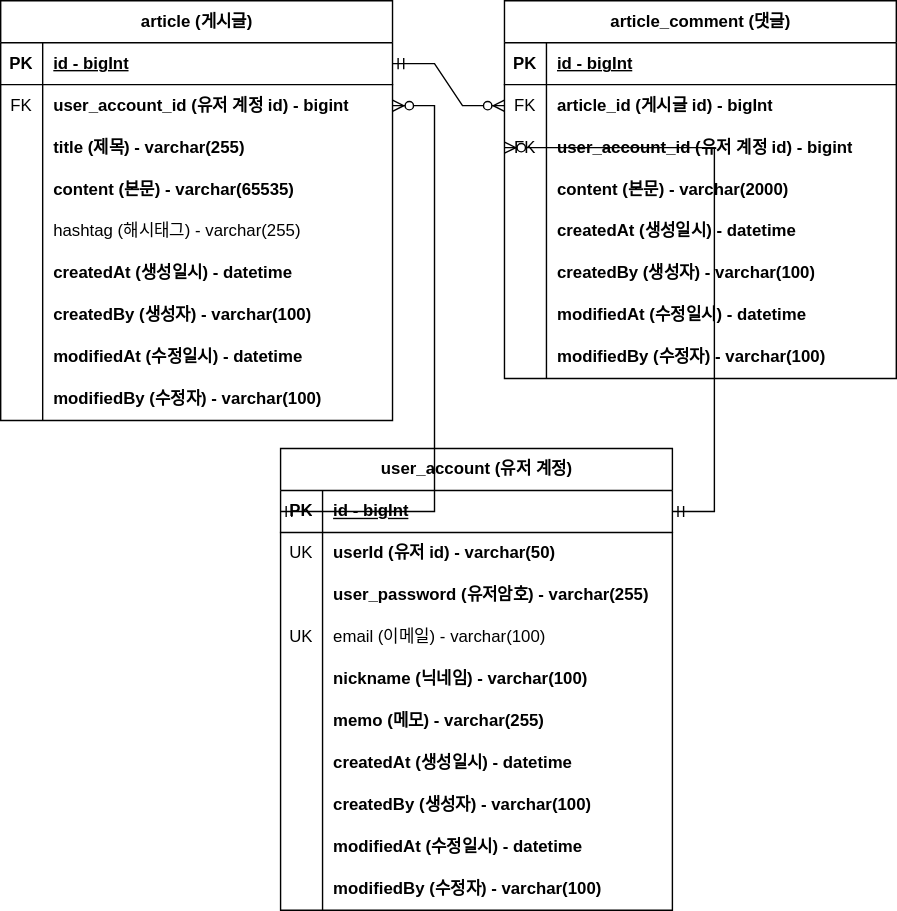
This is document/project-board-erd.svg from Jung-ji-hyeon/project-board, a draw.io export, as it was before one commit. Source tidied: cells renumbered, new cells last; positions are measured from the earlier drawing's top-left corner, leaving out a move shared by most shapes.
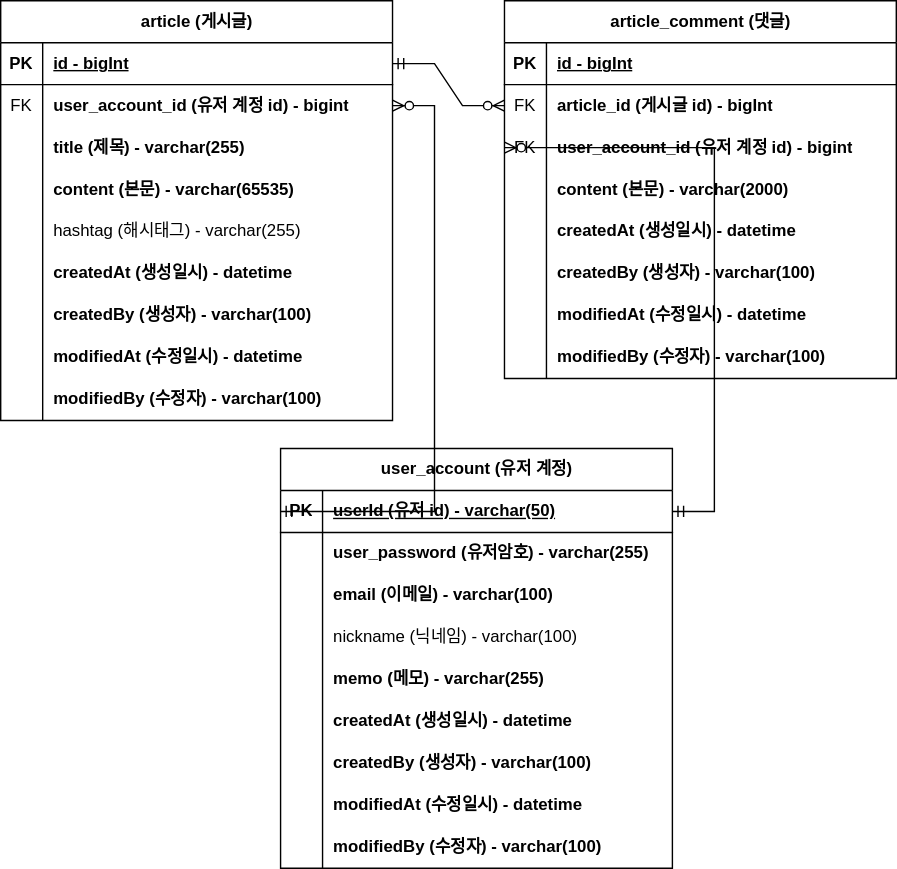
The same file after the commit.

Commit message:
#37 - ERD 문서 수정: 회원 계정 user_id 를 PK 로 변경

The edit, as a diff of the source:
```diff
@@ -165,7 +165,7 @@
       <mxGeometry relative="1" as="geometry" />
     </mxCell>
     <mxCell id="56" value="user_account (유저 계정)" style="shape=table;startSize=30;rowLines=0;fontStyle=1;align=center;html=1;" parent="1" vertex="1">
-      <mxGeometry x="200" y="320" width="280" height="330" as="geometry" />
+      <mxGeometry x="200" y="320" width="280" height="300" as="geometry" />
     </mxCell>
     <mxCell id="57" style="shape=tableRow;horizontal=0;startSize=0;swimlaneHead=0;swimlaneBody=0;fillColor=none;points=[[0,0.5],[1,0.5]];portConstraint=eastwest;top=0;left=0;right=0;bottom=1;" parent="56" vertex="1">
       <mxGeometry y="30" width="280" height="30" as="geometry" />
@@ -173,16 +173,16 @@
     <mxCell id="58" value="PK" style="shape=partialRectangle;fillColor=none;top=0;left=0;bottom=0;right=0;fontStyle=1;overflow=hidden;whiteSpace=wrap;html=1;" parent="57" vertex="1">
       <mxGeometry width="30" height="30" as="geometry" />
     </mxCell>
-    <mxCell id="59" value="id - bigInt" style="shape=partialRectangle;fillColor=none;top=0;left=0;bottom=0;right=0;align=left;spacingLeft=6;fontStyle=5;overflow=hidden;whiteSpace=wrap;html=1;" parent="57" vertex="1">
+    <mxCell id="59" value="userId (유저 id) - varchar(50)" style="shape=partialRectangle;fillColor=none;top=0;left=0;bottom=0;right=0;align=left;spacingLeft=6;fontStyle=5;overflow=hidden;whiteSpace=wrap;html=1;" parent="57" vertex="1">
       <mxGeometry x="30" width="250" height="30" as="geometry" />
     </mxCell>
     <mxCell id="60" style="shape=tableRow;horizontal=0;startSize=0;swimlaneHead=0;swimlaneBody=0;fillColor=none;top=0;left=0;right=0;bottom=0;" parent="56" vertex="1">
       <mxGeometry y="60" width="280" height="30" as="geometry" />
     </mxCell>
-    <mxCell id="61" value="UK" style="shape=partialRectangle;fillColor=none;top=0;left=0;bottom=0;right=0;overflow=hidden;whiteSpace=wrap;html=1;" parent="60" vertex="1">
+    <mxCell id="61" style="shape=partialRectangle;fillColor=none;top=0;left=0;bottom=0;right=0;overflow=hidden;whiteSpace=wrap;html=1;" parent="60" vertex="1">
       <mxGeometry width="30" height="30" as="geometry" />
     </mxCell>
-    <mxCell id="62" value="userId (유저 id) - varchar(50)" style="shape=partialRectangle;fillColor=none;top=0;left=0;bottom=0;right=0;align=left;spacingLeft=6;overflow=hidden;whiteSpace=wrap;html=1;fontStyle=1;" parent="60" vertex="1">
+    <mxCell id="62" value="user_password (유저암호) - varchar(255)" style="shape=partialRectangle;fillColor=none;top=0;left=0;bottom=0;right=0;align=left;spacingLeft=6;overflow=hidden;whiteSpace=wrap;html=1;fontStyle=1;" parent="60" vertex="1">
       <mxGeometry x="30" width="250" height="30" as="geometry" />
     </mxCell>
     <mxCell id="63" style="shape=tableRow;horizontal=0;startSize=0;swimlaneHead=0;swimlaneBody=0;fillColor=none;top=0;left=0;right=0;bottom=0;" parent="56" vertex="1">
@@ -191,16 +191,16 @@
     <mxCell id="64" style="shape=partialRectangle;fillColor=none;top=0;left=0;bottom=0;right=0;overflow=hidden;whiteSpace=wrap;html=1;" parent="63" vertex="1">
       <mxGeometry width="30" height="30" as="geometry" />
     </mxCell>
-    <mxCell id="65" value="user_password (유저암호) - varchar(255)" style="shape=partialRectangle;fillColor=none;top=0;left=0;bottom=0;right=0;align=left;spacingLeft=6;overflow=hidden;whiteSpace=wrap;html=1;fontStyle=1;" parent="63" vertex="1">
+    <mxCell id="65" value="email (이메일) - varchar(100)" style="shape=partialRectangle;fillColor=none;top=0;left=0;bottom=0;right=0;align=left;spacingLeft=6;overflow=hidden;whiteSpace=wrap;html=1;fontStyle=1;" parent="63" vertex="1">
       <mxGeometry x="30" width="250" height="30" as="geometry" />
     </mxCell>
     <mxCell id="66" style="shape=tableRow;horizontal=0;startSize=0;swimlaneHead=0;swimlaneBody=0;fillColor=none;top=0;left=0;right=0;bottom=0;" parent="56" vertex="1">
       <mxGeometry y="120" width="280" height="30" as="geometry" />
     </mxCell>
-    <mxCell id="67" value="UK" style="shape=partialRectangle;fillColor=none;top=0;left=0;bottom=0;right=0;overflow=hidden;whiteSpace=wrap;html=1;" parent="66" vertex="1">
+    <mxCell id="67" style="shape=partialRectangle;fillColor=none;top=0;left=0;bottom=0;right=0;overflow=hidden;whiteSpace=wrap;html=1;" parent="66" vertex="1">
       <mxGeometry width="30" height="30" as="geometry" />
     </mxCell>
-    <mxCell id="68" value="email (이메일) - varchar(100)" style="shape=partialRectangle;fillColor=none;top=0;left=0;bottom=0;right=0;align=left;spacingLeft=6;overflow=hidden;whiteSpace=wrap;html=1;" parent="66" vertex="1">
+    <mxCell id="68" value="nickname (닉네임) - varchar(100)" style="shape=partialRectangle;fillColor=none;top=0;left=0;bottom=0;right=0;align=left;spacingLeft=6;overflow=hidden;whiteSpace=wrap;html=1;" parent="66" vertex="1">
       <mxGeometry x="30" width="250" height="30" as="geometry" />
     </mxCell>
     <mxCell id="69" style="shape=tableRow;horizontal=0;startSize=0;swimlaneHead=0;swimlaneBody=0;fillColor=none;top=0;left=0;right=0;bottom=0;" parent="56" vertex="1">
@@ -209,7 +209,7 @@
     <mxCell id="70" style="shape=partialRectangle;fillColor=none;top=0;left=0;bottom=0;right=0;overflow=hidden;whiteSpace=wrap;html=1;" parent="69" vertex="1">
       <mxGeometry width="30" height="30" as="geometry" />
     </mxCell>
-    <mxCell id="71" value="nickname (닉네임) - varchar(100)" style="shape=partialRectangle;fillColor=none;top=0;left=0;bottom=0;right=0;align=left;spacingLeft=6;overflow=hidden;whiteSpace=wrap;html=1;fontStyle=1;" parent="69" vertex="1">
+    <mxCell id="71" value="memo (메모) - varchar(255)" style="shape=partialRectangle;fillColor=none;top=0;left=0;bottom=0;right=0;align=left;spacingLeft=6;overflow=hidden;whiteSpace=wrap;html=1;fontStyle=1;" parent="69" vertex="1">
       <mxGeometry x="30" width="250" height="30" as="geometry" />
     </mxCell>
     <mxCell id="72" style="shape=tableRow;horizontal=0;startSize=0;swimlaneHead=0;swimlaneBody=0;fillColor=none;top=0;left=0;right=0;bottom=0;" parent="56" vertex="1">
@@ -218,7 +218,7 @@
     <mxCell id="73" style="shape=partialRectangle;fillColor=none;top=0;left=0;bottom=0;right=0;overflow=hidden;whiteSpace=wrap;html=1;" parent="72" vertex="1">
       <mxGeometry width="30" height="30" as="geometry" />
     </mxCell>
-    <mxCell id="74" value="memo (메모) - varchar(255)" style="shape=partialRectangle;fillColor=none;top=0;left=0;bottom=0;right=0;align=left;spacingLeft=6;overflow=hidden;whiteSpace=wrap;html=1;fontStyle=1;" parent="72" vertex="1">
+    <mxCell id="74" value="createdAt (생성일시) - datetime" style="shape=partialRectangle;fillColor=none;top=0;left=0;bottom=0;right=0;align=left;spacingLeft=6;overflow=hidden;whiteSpace=wrap;html=1;fontStyle=1;" parent="72" vertex="1">
       <mxGeometry x="30" width="250" height="30" as="geometry" />
     </mxCell>
     <mxCell id="75" style="shape=tableRow;horizontal=0;startSize=0;swimlaneHead=0;swimlaneBody=0;fillColor=none;top=0;left=0;right=0;bottom=0;" parent="56" vertex="1">
@@ -227,7 +227,7 @@
     <mxCell id="76" style="shape=partialRectangle;fillColor=none;top=0;left=0;bottom=0;right=0;overflow=hidden;whiteSpace=wrap;html=1;" parent="75" vertex="1">
       <mxGeometry width="30" height="30" as="geometry" />
     </mxCell>
-    <mxCell id="77" value="createdAt (생성일시) - datetime" style="shape=partialRectangle;fillColor=none;top=0;left=0;bottom=0;right=0;align=left;spacingLeft=6;overflow=hidden;whiteSpace=wrap;html=1;fontStyle=1;" parent="75" vertex="1">
+    <mxCell id="77" value="createdBy (생성자) - varchar(100)" style="shape=partialRectangle;fillColor=none;top=0;left=0;bottom=0;right=0;align=left;spacingLeft=6;overflow=hidden;whiteSpace=wrap;html=1;fontStyle=1;" parent="75" vertex="1">
       <mxGeometry x="30" width="250" height="30" as="geometry" />
     </mxCell>
     <mxCell id="78" style="shape=tableRow;horizontal=0;startSize=0;swimlaneHead=0;swimlaneBody=0;fillColor=none;top=0;left=0;right=0;bottom=0;" parent="56" vertex="1">
@@ -236,7 +236,7 @@
     <mxCell id="79" style="shape=partialRectangle;fillColor=none;top=0;left=0;bottom=0;right=0;overflow=hidden;whiteSpace=wrap;html=1;" parent="78" vertex="1">
       <mxGeometry width="30" height="30" as="geometry" />
     </mxCell>
-    <mxCell id="80" value="createdBy (생성자) - varchar(100)" style="shape=partialRectangle;fillColor=none;top=0;left=0;bottom=0;right=0;align=left;spacingLeft=6;overflow=hidden;whiteSpace=wrap;html=1;fontStyle=1;" parent="78" vertex="1">
+    <mxCell id="80" value="modifiedAt (수정일시) - datetime" style="shape=partialRectangle;fillColor=none;top=0;left=0;bottom=0;right=0;align=left;spacingLeft=6;overflow=hidden;whiteSpace=wrap;html=1;fontStyle=1;" parent="78" vertex="1">
       <mxGeometry x="30" width="250" height="30" as="geometry" />
     </mxCell>
     <mxCell id="81" style="shape=tableRow;horizontal=0;startSize=0;swimlaneHead=0;swimlaneBody=0;fillColor=none;top=0;left=0;right=0;bottom=0;" parent="56" vertex="1">
@@ -245,18 +245,9 @@
     <mxCell id="82" style="shape=partialRectangle;fillColor=none;top=0;left=0;bottom=0;right=0;overflow=hidden;whiteSpace=wrap;html=1;" parent="81" vertex="1">
       <mxGeometry width="30" height="30" as="geometry" />
     </mxCell>
-    <mxCell id="83" value="modifiedAt (수정일시) - datetime" style="shape=partialRectangle;fillColor=none;top=0;left=0;bottom=0;right=0;align=left;spacingLeft=6;overflow=hidden;whiteSpace=wrap;html=1;fontStyle=1;" parent="81" vertex="1">
+    <mxCell id="83" value="modifiedBy (수정자) - varchar(100)" style="shape=partialRectangle;fillColor=none;top=0;left=0;bottom=0;right=0;align=left;spacingLeft=6;overflow=hidden;whiteSpace=wrap;html=1;fontStyle=1;" parent="81" vertex="1">
       <mxGeometry x="30" width="250" height="30" as="geometry" />
     </mxCell>
-    <mxCell id="84" style="shape=tableRow;horizontal=0;startSize=0;swimlaneHead=0;swimlaneBody=0;fillColor=none;top=0;left=0;right=0;bottom=0;" parent="56" vertex="1">
-      <mxGeometry y="300" width="280" height="30" as="geometry" />
-    </mxCell>
-    <mxCell id="85" style="shape=partialRectangle;fillColor=none;top=0;left=0;bottom=0;right=0;overflow=hidden;whiteSpace=wrap;html=1;" parent="84" vertex="1">
-      <mxGeometry width="30" height="30" as="geometry" />
-    </mxCell>
-    <mxCell id="86" value="modifiedBy (수정자) - varchar(100)" style="shape=partialRectangle;fillColor=none;top=0;left=0;bottom=0;right=0;align=left;spacingLeft=6;overflow=hidden;whiteSpace=wrap;html=1;fontStyle=1;" parent="84" vertex="1">
-      <mxGeometry x="30" width="250" height="30" as="geometry" />
-    </mxCell>
     <mxCell id="87" style="edgeStyle=entityRelationEdgeStyle;fontSize=12;html=1;endArrow=ERzeroToMany;startArrow=ERmandOne;rounded=0;exitX=0;exitY=0.5;exitDx=0;exitDy=0;" parent="1" edge="1" source="57" target="6">
       <mxGeometry relative="1" as="geometry">
         <Array as="points">
```
